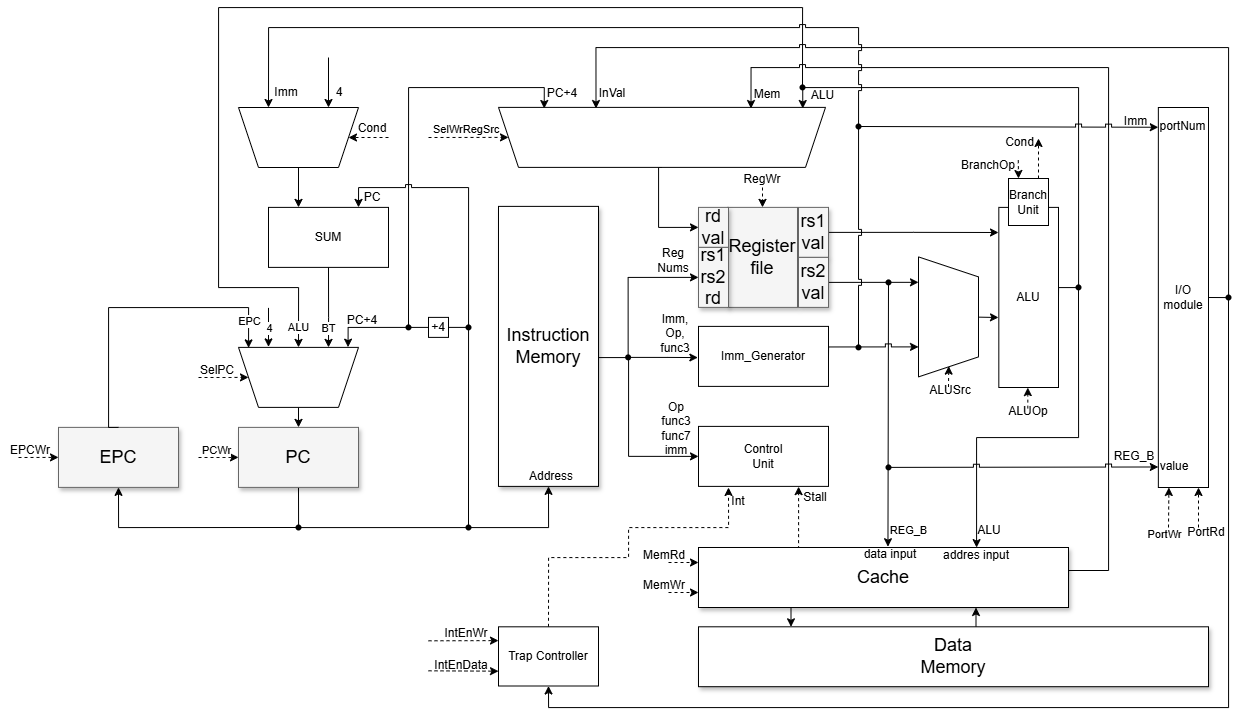
Before: DataPath.drawio.png, a diagram exported from draw.io (sircuspelle/cached-harvard-risc-assembler). Source tidied: cells renumbered, new cells last; positions are measured from the earlier drawing's top-left corner, leaving out a move shared by most shapes.
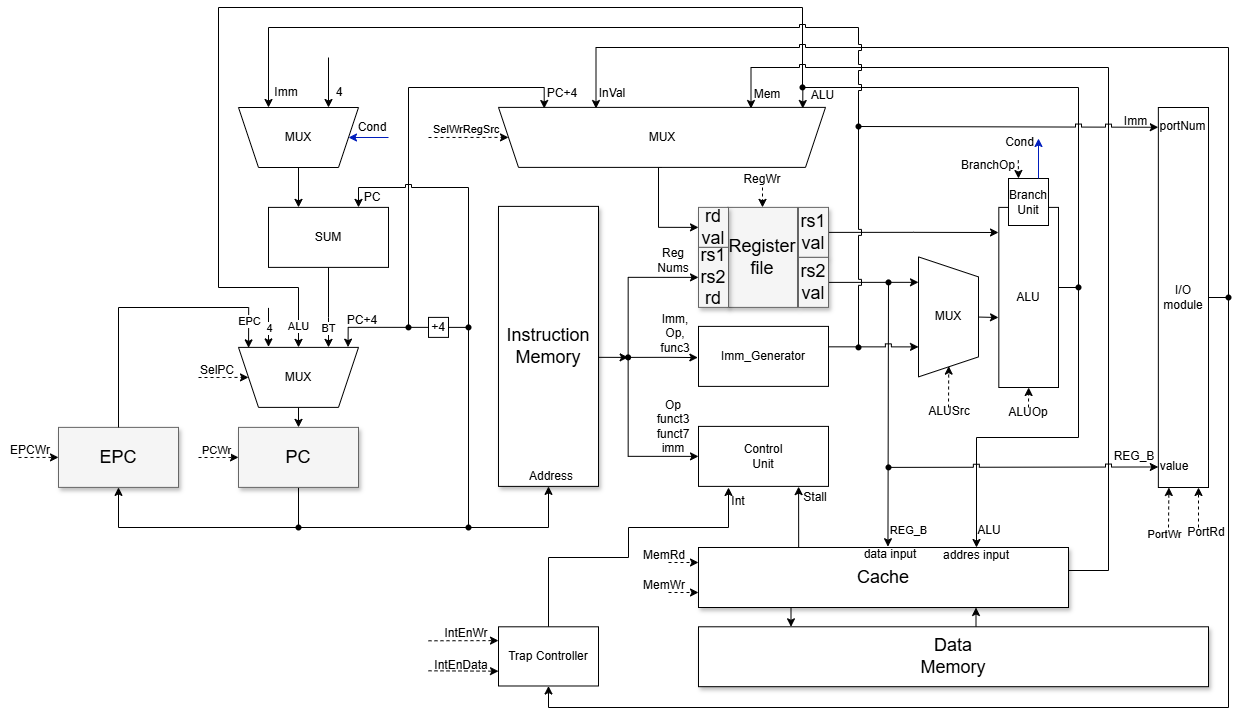
After the change.

What changed in the source:
```diff
@@ -2,15 +2,21 @@
   <root>
     <mxCell id="0" style="html=1;" />
     <mxCell id="1" style="html=1;" parent="0" />
-    <mxCell id="2" style="edgeStyle=orthogonalEdgeStyle;rounded=0;jettySize=auto;html=1;exitX=1;exitY=0.5;exitDx=0;exitDy=0;entryX=0;entryY=0.5;entryDx=0;entryDy=0;" parent="1" edge="1" source="3" target="17">
+    <mxCell id="2" style="edgeStyle=orthogonalEdgeStyle;rounded=0;jettySize=auto;html=1;entryX=0;entryY=0.5;entryDx=0;entryDy=0;" parent="1" edge="1" source="67" target="17">
       <mxGeometry relative="1" as="geometry">
         <Array as="points">
-          <mxPoint x="588" y="350" />
           <mxPoint x="628" y="350" />
           <mxPoint x="628" y="449" />
         </Array>
       </mxGeometry>
     </mxCell>
+    <mxCell id="127" style="edgeStyle=orthogonalEdgeStyle;rounded=0;jettySize=auto;html=1;exitX=1;exitY=0.5;exitDx=0;exitDy=0;" parent="1" edge="1" source="3" target="67">
+      <mxGeometry relative="1" as="geometry">
+        <Array as="points">
+          <mxPoint x="598" y="350" />
+        </Array>
+      </mxGeometry>
+    </mxCell>
     <mxCell id="3" value="&lt;div&gt;Instruction&lt;/div&gt;Memory" style="whiteSpace=wrap;html=1;shadow=1;fontSize=18;" parent="1" vertex="1">
       <mxGeometry x="498" y="198.9" width="100" height="280" as="geometry" />
     </mxCell>
@@ -123,7 +129,7 @@
         </Array>
       </mxGeometry>
     </mxCell>
-    <mxCell id="23" style="edgeStyle=orthogonalEdgeStyle;rounded=0;jettySize=auto;html=1;exitX=0;exitY=0.75;exitDx=0;exitDy=0;entryX=0.77;entryY=1.004;entryDx=0;entryDy=0;entryPerimeter=0;dashed=1;" parent="1" edge="1" source="25" target="17">
+    <mxCell id="23" style="edgeStyle=orthogonalEdgeStyle;rounded=0;jettySize=auto;html=1;exitX=0;exitY=0.75;exitDx=0;exitDy=0;entryX=0.77;entryY=1.004;entryDx=0;entryDy=0;entryPerimeter=0;" parent="1" edge="1" source="25" target="17">
       <mxGeometry relative="1" as="geometry">
         <Array as="points">
           <mxPoint x="798" y="540" />
@@ -151,7 +157,7 @@
     <mxCell id="27" value="I/O&lt;div&gt;module&lt;/div&gt;" style="rounded=0;whiteSpace=wrap;html=1;rotation=0;" parent="1" vertex="1">
       <mxGeometry x="1157.8" y="100" width="50.1" height="380" as="geometry" />
     </mxCell>
-    <mxCell id="28" style="edgeStyle=orthogonalEdgeStyle;rounded=0;jettySize=auto;html=1;exitX=0;exitY=0.5;exitDx=0;exitDy=0;jumpStyle=sharp;dashed=1;" parent="1" edge="1" source="29">
+    <mxCell id="28" style="edgeStyle=orthogonalEdgeStyle;rounded=0;jettySize=auto;html=1;exitX=0;exitY=0.5;exitDx=0;exitDy=0;jumpStyle=sharp;" parent="1" edge="1" source="29">
       <mxGeometry relative="1" as="geometry">
         <mxPoint x="728" y="480" as="targetPoint" />
         <Array as="points">
@@ -197,7 +203,7 @@
     <mxCell id="34" style="edgeStyle=orthogonalEdgeStyle;rounded=0;jettySize=auto;html=1;exitX=0.5;exitY=0;exitDx=0;exitDy=0;entryX=0.916;entryY=0.992;entryDx=0;entryDy=0;jumpStyle=sharp;entryPerimeter=0;" parent="1" edge="1" source="18" target="105">
       <mxGeometry relative="1" as="geometry">
         <Array as="points">
-          <mxPoint x="108" y="300" />
+          <mxPoint x="118" y="300" />
           <mxPoint x="248" y="300" />
         </Array>
       </mxGeometry>
@@ -248,7 +254,7 @@
     </mxCell>
     <mxCell id="44" style="edgeStyle=none;orthogonalLoop=1;jettySize=auto;html=1;rounded=0;entryX=0;entryY=0.5;entryDx=0;entryDy=0;dashed=1;" parent="1" edge="1">
       <mxGeometry relative="1" as="geometry">
-        <mxPoint x="948" y="379.5" as="sourcePoint" />
+        <mxPoint x="948" y="400" as="sourcePoint" />
         <mxPoint x="948.2" y="358.6" as="targetPoint" />
       </mxGeometry>
     </mxCell>
@@ -385,7 +391,7 @@
       <mxGeometry x="639" y="573" width="50" height="9.3" as="geometry" />
     </mxCell>
     <mxCell id="79" value="ALUSrc" style="text;html=1;whiteSpace=wrap;strokeColor=none;fillColor=none;align=center;verticalAlign=middle;rounded=0;" parent="1" vertex="1">
-      <mxGeometry x="920" y="368.4" width="60" height="30" as="geometry" />
+      <mxGeometry x="919" y="398.9" width="60" height="9.4" as="geometry" />
     </mxCell>
     <mxCell id="80" value="Reg&lt;div&gt;Nums&lt;/div&gt;" style="text;html=1;whiteSpace=wrap;strokeColor=none;fillColor=none;align=center;verticalAlign=middle;rounded=0;" parent="1" vertex="1">
       <mxGeometry x="643" y="237.9" width="60" height="30" as="geometry" />
@@ -393,8 +399,8 @@
     <mxCell id="81" value="Imm,&lt;div&gt;Op,&lt;/div&gt;&lt;div&gt;func3&lt;/div&gt;" style="text;html=1;whiteSpace=wrap;strokeColor=none;fillColor=none;align=center;verticalAlign=middle;rounded=0;" parent="1" vertex="1">
       <mxGeometry x="645" y="310.9" width="60" height="30" as="geometry" />
     </mxCell>
-    <mxCell id="82" value="Op&lt;div&gt;func3&lt;/div&gt;&lt;div&gt;func7&lt;/div&gt;&lt;div&gt;imm&lt;/div&gt;" style="text;html=1;whiteSpace=wrap;strokeColor=none;fillColor=none;align=center;verticalAlign=middle;rounded=0;" parent="1" vertex="1">
-      <mxGeometry x="646" y="405.9" width="60" height="30" as="geometry" />
+    <mxCell id="82" value="Op&lt;div&gt;funct3&lt;/div&gt;&lt;div&gt;funct7&lt;/div&gt;&lt;div&gt;imm&lt;/div&gt;" style="text;html=1;whiteSpace=wrap;strokeColor=none;fillColor=none;align=center;verticalAlign=middle;rounded=0;" parent="1" vertex="1">
+      <mxGeometry x="643" y="403.9" width="60" height="30" as="geometry" />
     </mxCell>
     <mxCell id="83" value="Int" style="text;html=1;whiteSpace=wrap;strokeColor=none;fillColor=none;align=center;verticalAlign=middle;rounded=0;" parent="1" vertex="1">
       <mxGeometry x="708" y="478.9" width="60" height="30" as="geometry" />
@@ -436,7 +442,7 @@
     <mxCell id="94" value="4" style="text;html=1;whiteSpace=wrap;strokeColor=none;fillColor=none;align=center;verticalAlign=middle;rounded=0;" parent="1" vertex="1">
       <mxGeometry x="309" y="70" width="60" height="30" as="geometry" />
     </mxCell>
-    <mxCell id="95" style="edgeStyle=none;jettySize=auto;html=1;rounded=0;dashed=1;" parent="1" edge="1" target="92">
+    <mxCell id="95" style="edgeStyle=none;jettySize=auto;html=1;rounded=0;fillColor=#0050ef;strokeColor=#001DBC;" parent="1" edge="1" target="92">
       <mxGeometry relative="1" as="geometry">
         <mxPoint x="388" y="130" as="sourcePoint" />
       </mxGeometry>
@@ -447,19 +453,18 @@
     <mxCell id="97" value="REG_B" style="text;html=1;whiteSpace=wrap;strokeColor=none;fillColor=none;align=center;verticalAlign=middle;rounded=0;" parent="1" vertex="1">
       <mxGeometry x="1110" y="441.9" width="48" height="15" as="geometry" />
     </mxCell>
-    <mxCell id="98" style="edgeStyle=none;orthogonalLoop=1;jettySize=auto;html=1;rounded=0;entryX=0;entryY=0.5;entryDx=0;entryDy=0;dashed=1;" parent="1" edge="1">
+    <mxCell id="98" style="edgeStyle=none;jettySize=auto;html=1;rounded=0;entryX=0.5;entryY=1;entryDx=0;entryDy=0;dashed=1;" parent="1" edge="1" target="14">
       <mxGeometry relative="1" as="geometry">
-        <mxPoint x="1027.3" y="401.1" as="sourcePoint" />
-        <mxPoint x="1027.3" y="380.1" as="targetPoint" />
+        <mxPoint x="1028" y="400" as="sourcePoint" />
       </mxGeometry>
     </mxCell>
     <mxCell id="99" value="ALUOp" style="text;html=1;whiteSpace=wrap;strokeColor=none;fillColor=none;align=center;verticalAlign=middle;rounded=0;" parent="1" vertex="1">
-      <mxGeometry x="998.3" y="398.9" width="60" height="11" as="geometry" />
+      <mxGeometry x="1003" y="399" width="50" height="11" as="geometry" />
     </mxCell>
     <mxCell id="100" style="edgeStyle=none;jettySize=auto;html=1;rounded=0;entryX=0.25;entryY=0;entryDx=0;entryDy=0;dashed=1;exitX=0.996;exitY=0.323;exitDx=0;exitDy=0;exitPerimeter=0;" parent="1" edge="1" source="102" target="96">
       <mxGeometry relative="1" as="geometry" />
     </mxCell>
-    <mxCell id="101" style="edgeStyle=none;jettySize=auto;html=1;rounded=0;exitX=0.75;exitY=0;exitDx=0;exitDy=0;dashed=1;" parent="1" edge="1" source="96">
+    <mxCell id="101" style="edgeStyle=none;jettySize=auto;html=1;rounded=0;exitX=0.75;exitY=0;exitDx=0;exitDy=0;fillColor=#0050ef;strokeColor=#001DBC;" parent="1" edge="1" source="96">
       <mxGeometry relative="1" as="geometry">
         <mxPoint x="1038" y="131" as="targetPoint" />
       </mxGeometry>
@@ -471,7 +476,7 @@
       <mxGeometry x="1000.3" y="129" width="39" height="12" as="geometry" />
     </mxCell>
     <mxCell id="104" value="Cond" style="text;html=1;whiteSpace=wrap;strokeColor=none;fillColor=none;align=center;verticalAlign=middle;rounded=0;" parent="1" vertex="1">
-      <mxGeometry x="342" y="106" width="60" height="30" as="geometry" />
+      <mxGeometry x="342" y="115" width="60" height="10" as="geometry" />
     </mxCell>
     <mxCell id="105" style="shape=trapezoid;perimeter=trapezoidPerimeter;whiteSpace=wrap;html=1;fixedSize=1;rotation=-180;" parent="1" vertex="1">
       <mxGeometry x="238" y="339.9" width="120" height="60" as="geometry" />
@@ -554,5 +559,17 @@
     <mxCell id="126" value="PortRd" style="text;html=1;whiteSpace=wrap;strokeColor=none;fillColor=none;align=center;verticalAlign=middle;rounded=0;" parent="1" vertex="1">
       <mxGeometry x="1176" y="510" width="60" height="30" as="geometry" />
     </mxCell>
+    <mxCell id="128" value="MUX" style="text;html=1;whiteSpace=wrap;strokeColor=none;fillColor=none;align=center;verticalAlign=middle;rounded=0;" parent="1" vertex="1">
+      <mxGeometry x="631.5" y="114.9" width="60" height="30" as="geometry" />
+    </mxCell>
+    <mxCell id="129" value="MUX" style="text;html=1;whiteSpace=wrap;strokeColor=none;fillColor=none;align=center;verticalAlign=middle;rounded=0;" parent="1" vertex="1">
+      <mxGeometry x="268" y="115" width="60" height="30" as="geometry" />
+    </mxCell>
+    <mxCell id="130" value="MUX" style="text;html=1;whiteSpace=wrap;strokeColor=none;fillColor=none;align=center;verticalAlign=middle;rounded=0;" parent="1" vertex="1">
+      <mxGeometry x="918" y="294.4" width="60" height="30" as="geometry" />
+    </mxCell>
+    <mxCell id="131" value="MUX" style="text;html=1;whiteSpace=wrap;strokeColor=none;fillColor=none;align=center;verticalAlign=middle;rounded=0;" parent="1" vertex="1">
+      <mxGeometry x="268" y="354.9" width="60" height="30" as="geometry" />
+    </mxCell>
   </root>
 </mxGraphModel>
```
